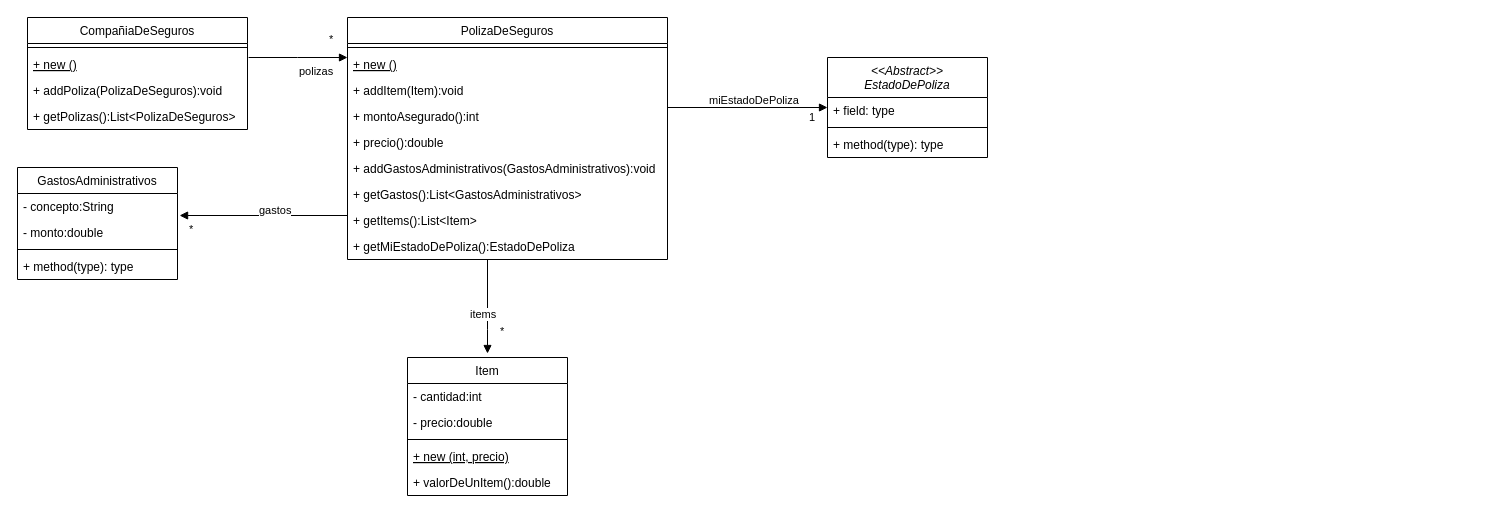
This is unq-po2-1erParcial-2022-CompañiaDeSeguros.drawio from nhubczyk/Diagramas-UML, a draw.io file, before an edit. Source tidied: cells renumbered, new cells numbered last; positions are measured from the earlier drawing's top-left corner, leaving out a move shared by most shapes. Both pictures are drawn from the tidied source at 100%, with x=0, y=0 at pixel (17, 17).
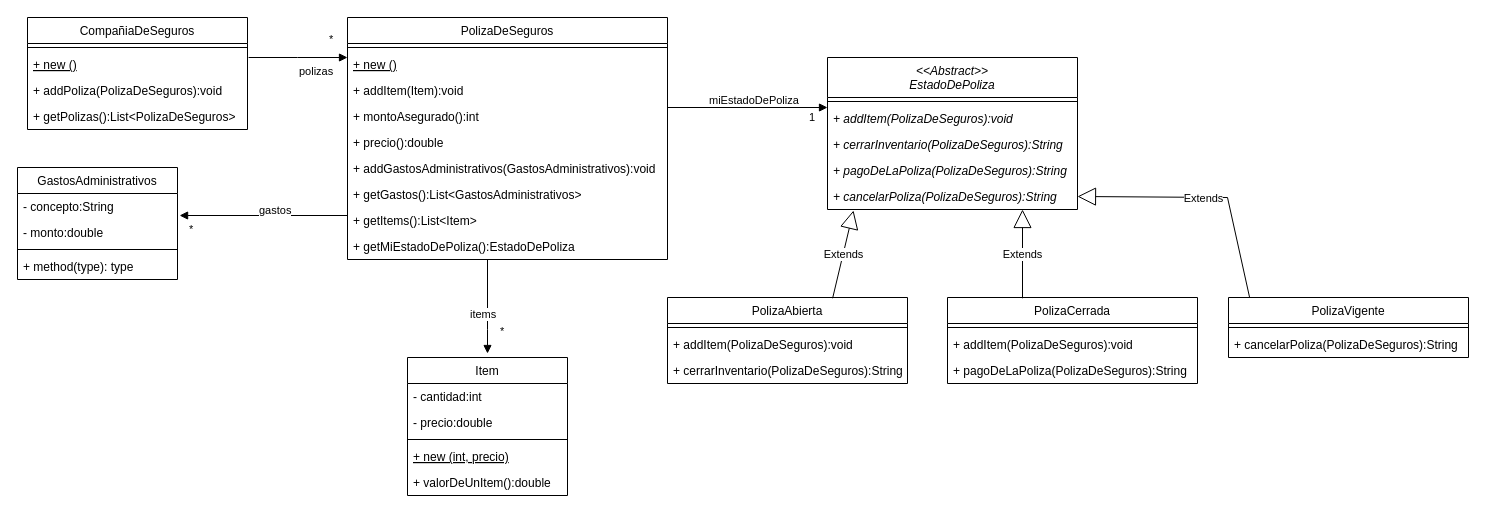
The same page after the edit.

Diff of the diagram source:
```diff
@@
     <mxCell id="34" value="&lt;&lt;Abstract&gt;&gt;&#10;EstadoDePoliza" style="swimlane;fontStyle=2;align=center;verticalAlign=top;horizontal=1;startSize=40;" parent="1" vertex="1">
-      <mxGeometry x="810" y="40" width="160" height="100" as="geometry" />
+      <mxGeometry x="810" y="40" width="250" height="152" as="geometry" />
     </mxCell>
-    <mxCell id="35" value="+ field: type" style="text;strokeColor=none;fillColor=none;align=left;verticalAlign=top;spacingLeft=4;spacingRight=4;overflow=hidden;" parent="34" vertex="1">
-      <mxGeometry y="40" width="160" height="26" as="geometry" />
-    </mxCell>
     <mxCell id="36" style="line;strokeWidth=1;fillColor=none;align=left;verticalAlign=middle;spacingTop=-1;spacingLeft=3;spacingRight=3;labelPosition=right;strokeColor=inherit;" parent="34" vertex="1">
-      <mxGeometry y="66" width="160" height="8" as="geometry" />
+      <mxGeometry y="40" width="250" height="8" as="geometry" />
     </mxCell>
-    <mxCell id="37" value="+ method(type): type" style="text;strokeColor=none;fillColor=none;align=left;verticalAlign=top;spacingLeft=4;spacingRight=4;overflow=hidden;" parent="34" vertex="1">
-      <mxGeometry y="74" width="160" height="26" as="geometry" />
+    <mxCell id="37" value="+ addItem(PolizaDeSeguros):void" style="text;strokeColor=none;fillColor=none;align=left;verticalAlign=top;spacingLeft=4;spacingRight=4;overflow=hidden;fontStyle=2;" parent="34" vertex="1">
+      <mxGeometry y="48" width="250" height="26" as="geometry" />
     </mxCell>
+    <mxCell id="40" value="+ cerrarInventario(PolizaDeSeguros):String" style="text;strokeColor=none;fillColor=none;align=left;verticalAlign=top;spacingLeft=4;spacingRight=4;overflow=hidden;fontStyle=2;" parent="34" vertex="1">
+      <mxGeometry y="74" width="250" height="26" as="geometry" />
+    </mxCell>
+    <mxCell id="41" value="+ pagoDeLaPoliza(PolizaDeSeguros):String" style="text;strokeColor=none;fillColor=none;align=left;verticalAlign=top;spacingLeft=4;spacingRight=4;overflow=hidden;fontStyle=2;" parent="34" vertex="1">
+      <mxGeometry y="100" width="250" height="26" as="geometry" />
+    </mxCell>
+    <mxCell id="42" value="+ cancelarPoliza(PolizaDeSeguros):String" style="text;strokeColor=none;fillColor=none;align=left;verticalAlign=top;spacingLeft=4;spacingRight=4;overflow=hidden;points=[[0,0.5],[1,0.5]];portConstraint=eastwest;fontStyle=2;" parent="34" vertex="1">
+      <mxGeometry y="126" width="250" height="26" as="geometry" />
+    </mxCell>
@@
+    <mxCell id="43" value="PolizaAbierta" style="swimlane;fontStyle=0;align=center;verticalAlign=top;horizontal=1;startSize=26;" parent="1" vertex="1">
+      <mxGeometry x="650" y="280" width="240" height="86" as="geometry" />
+    </mxCell>
+    <mxCell id="44" style="line;strokeWidth=1;fillColor=none;align=left;verticalAlign=middle;spacingTop=-1;spacingLeft=3;spacingRight=3;labelPosition=right;strokeColor=inherit;" parent="43" vertex="1">
+      <mxGeometry y="26" width="240" height="8" as="geometry" />
+    </mxCell>
+    <mxCell id="45" value="+ addItem(PolizaDeSeguros):void" style="text;strokeColor=none;fillColor=none;align=left;verticalAlign=top;spacingLeft=4;spacingRight=4;overflow=hidden;fontStyle=0;" parent="43" vertex="1">
+      <mxGeometry y="34" width="240" height="26" as="geometry" />
+    </mxCell>
+    <mxCell id="46" value="+ cerrarInventario(PolizaDeSeguros):String" style="text;strokeColor=none;fillColor=none;align=left;verticalAlign=top;spacingLeft=4;spacingRight=4;overflow=hidden;fontStyle=0;" parent="43" vertex="1">
+      <mxGeometry y="60" width="240" height="26" as="geometry" />
+    </mxCell>
+    <mxCell id="47" value="PolizaCerrada" style="swimlane;fontStyle=0;align=center;verticalAlign=top;horizontal=1;startSize=26;" parent="1" vertex="1">
+      <mxGeometry x="930" y="280" width="250" height="86" as="geometry" />
+    </mxCell>
+    <mxCell id="48" style="line;strokeWidth=1;fillColor=none;align=left;verticalAlign=middle;spacingTop=-1;spacingLeft=3;spacingRight=3;labelPosition=right;strokeColor=inherit;" parent="47" vertex="1">
+      <mxGeometry y="26" width="250" height="8" as="geometry" />
+    </mxCell>
+    <mxCell id="49" value="+ addItem(PolizaDeSeguros):void" style="text;strokeColor=none;fillColor=none;align=left;verticalAlign=top;spacingLeft=4;spacingRight=4;overflow=hidden;fontStyle=0;" parent="47" vertex="1">
+      <mxGeometry y="34" width="250" height="26" as="geometry" />
+    </mxCell>
+    <mxCell id="50" value="+ pagoDeLaPoliza(PolizaDeSeguros):String" style="text;strokeColor=none;fillColor=none;align=left;verticalAlign=top;spacingLeft=4;spacingRight=4;overflow=hidden;fontStyle=0;" parent="47" vertex="1">
+      <mxGeometry y="60" width="250" height="26" as="geometry" />
+    </mxCell>
+    <mxCell id="51" value="PolizaVigente" style="swimlane;fontStyle=0;align=center;verticalAlign=top;horizontal=1;startSize=26;" parent="1" vertex="1">
+      <mxGeometry x="1211" y="280" width="240" height="60" as="geometry" />
+    </mxCell>
+    <mxCell id="52" style="line;strokeWidth=1;fillColor=none;align=left;verticalAlign=middle;spacingTop=-1;spacingLeft=3;spacingRight=3;labelPosition=right;strokeColor=inherit;" parent="51" vertex="1">
+      <mxGeometry y="26" width="240" height="8" as="geometry" />
+    </mxCell>
+    <mxCell id="53" value="+ cancelarPoliza(PolizaDeSeguros):String" style="text;strokeColor=none;fillColor=none;align=left;verticalAlign=top;spacingLeft=4;spacingRight=4;overflow=hidden;fontStyle=0;" parent="51" vertex="1">
+      <mxGeometry y="34" width="240" height="26" as="geometry" />
+    </mxCell>
+    <mxCell id="54" value="Extends" style="endArrow=block;endSize=16;endFill=0;html=1;rounded=0;exitX=0.688;exitY=0.009;exitDx=0;exitDy=0;exitPerimeter=0;entryX=0.104;entryY=1.038;entryDx=0;entryDy=0;entryPerimeter=0;" parent="1" edge="1" source="43" target="42">
+      <mxGeometry relative="1" as="geometry" />
+    </mxCell>
+    <mxCell id="55" value="Extends" style="endArrow=block;endSize=16;endFill=0;html=1;rounded=0;entryX=0.78;entryY=1;entryDx=0;entryDy=0;entryPerimeter=0;exitX=0.3;exitY=0.009;exitDx=0;exitDy=0;exitPerimeter=0;" parent="1" edge="1" source="47" target="42">
+      <mxGeometry relative="1" as="geometry" />
+    </mxCell>
+    <mxCell id="56" value="Extends" style="endArrow=block;endSize=16;endFill=0;html=1;rounded=0;exitX=0.088;exitY=0;exitDx=0;exitDy=0;exitPerimeter=0;entryX=1;entryY=0.5;entryDx=0;entryDy=0;" parent="1" edge="1" source="51" target="42">
+      <mxGeometry y="1" relative="1" as="geometry">
+        <Array as="points">
+          <mxPoint x="1210" y="180" />
+        </Array>
+      </mxGeometry>
+    </mxCell>
```
